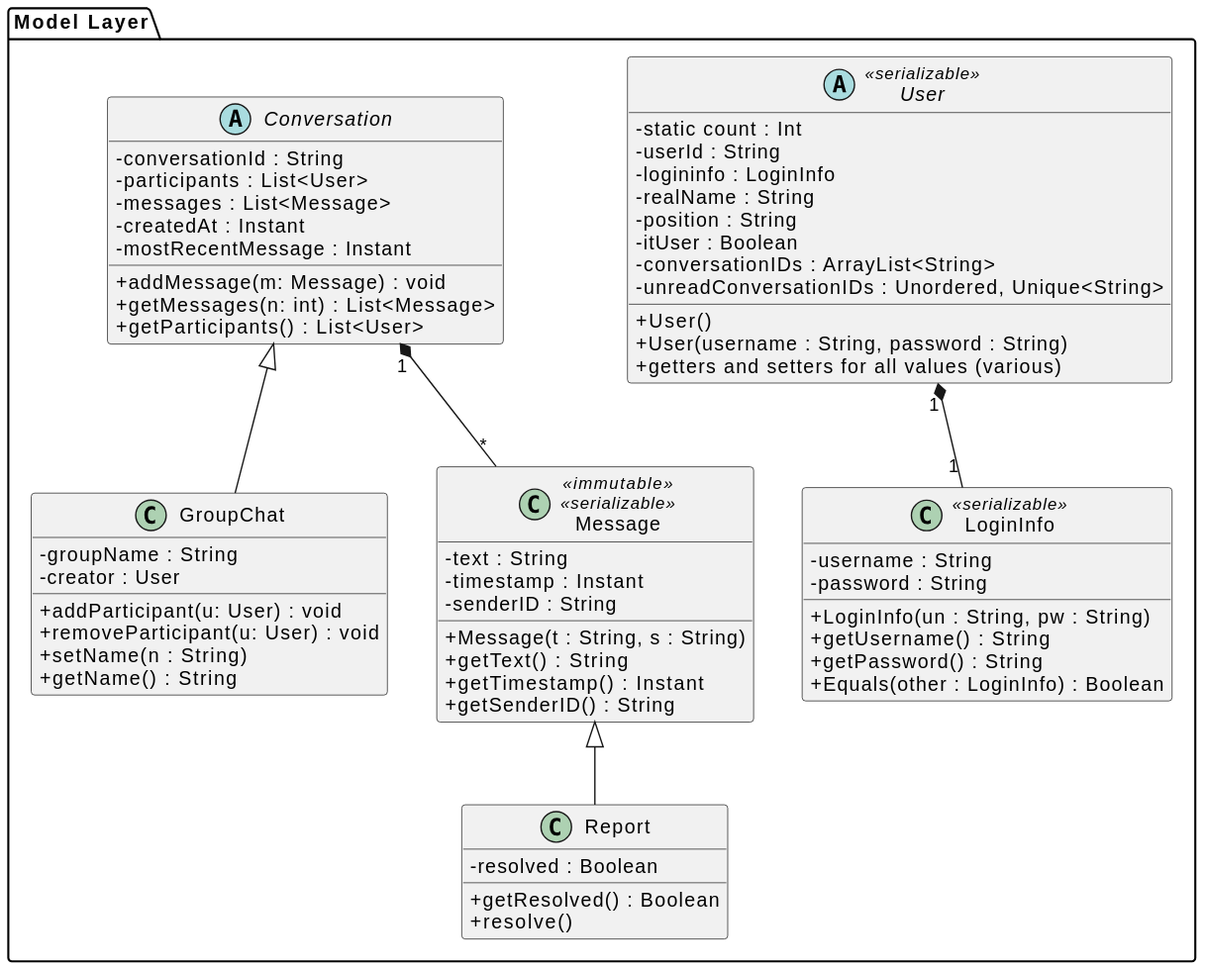
NubezVilla/CS_401_Group_1 keeps this PlantUML diagram as docs/diagrams/ClassDiagram/DataModelClassDiagram.svg. Above is the earlier version.
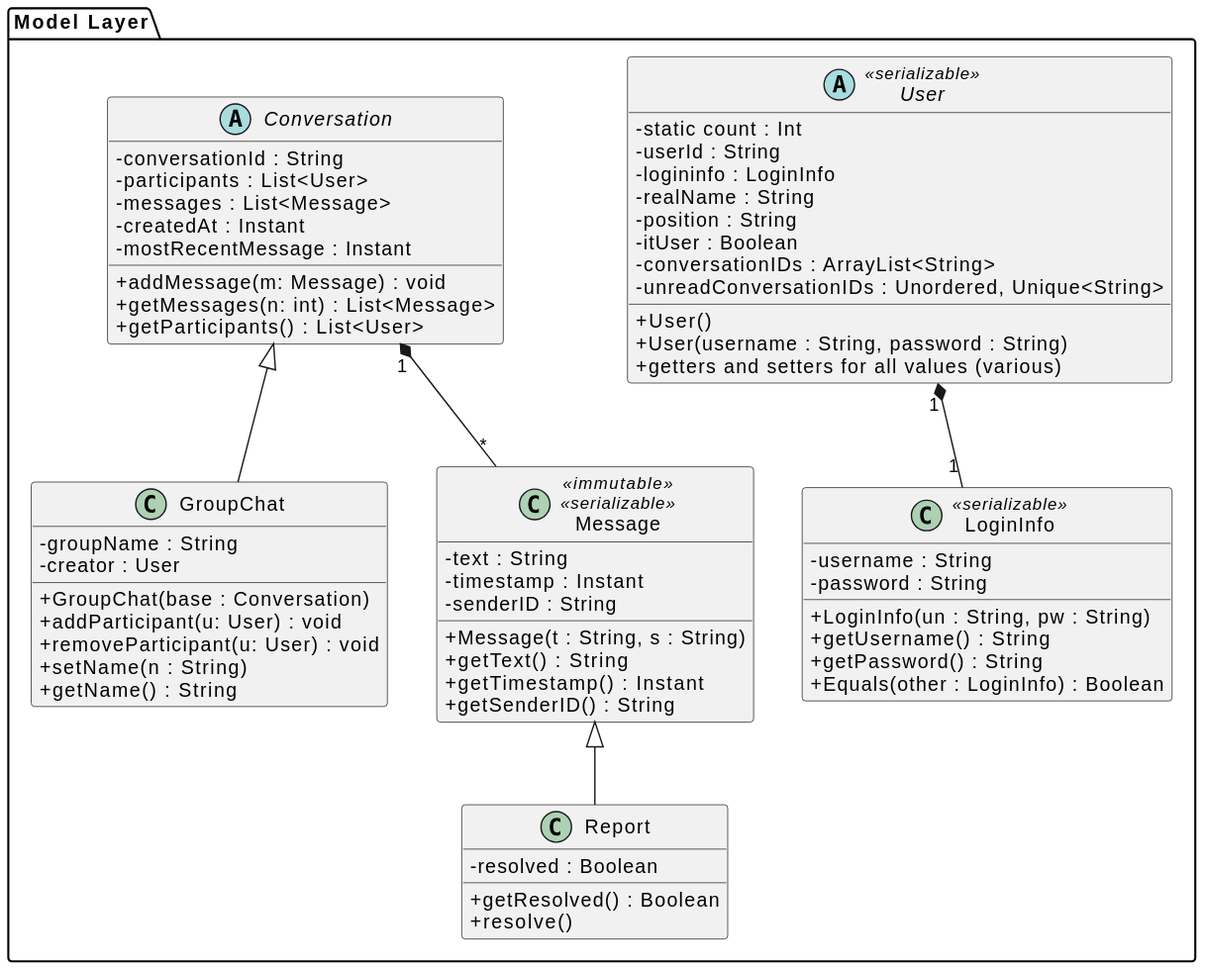
The same file after the commit.

Commit message:
docs: auto-render PlantUML diagrams

The edit, as a diff of the source:
```diff
@@ -41,6 +41,7 @@
   class GroupChat {
     - groupName : String
     - creator : User
+    + GroupChat(base : Conversation)
     + addParticipant(u: User) : void
     + removeParticipant(u: User) : void
  + setName(n : String)
```
